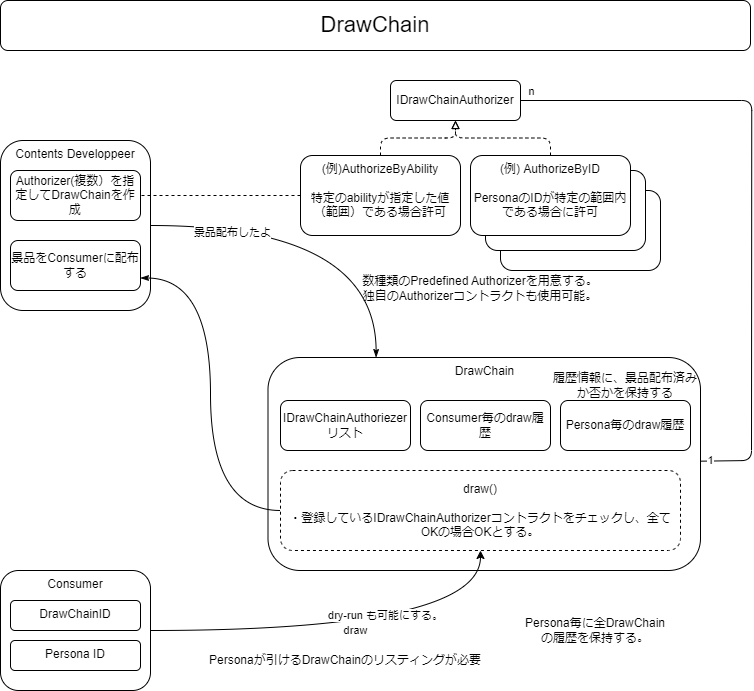
This is source/img/PERSONA/DrawChain.png from Orange-Code-Project/anicana-docs, a draw.io export, as it was before one commit. Source tidied: cells renumbered, new cells last; positions are measured from the earlier drawing's top-left corner, leaving out a move shared by most shapes.
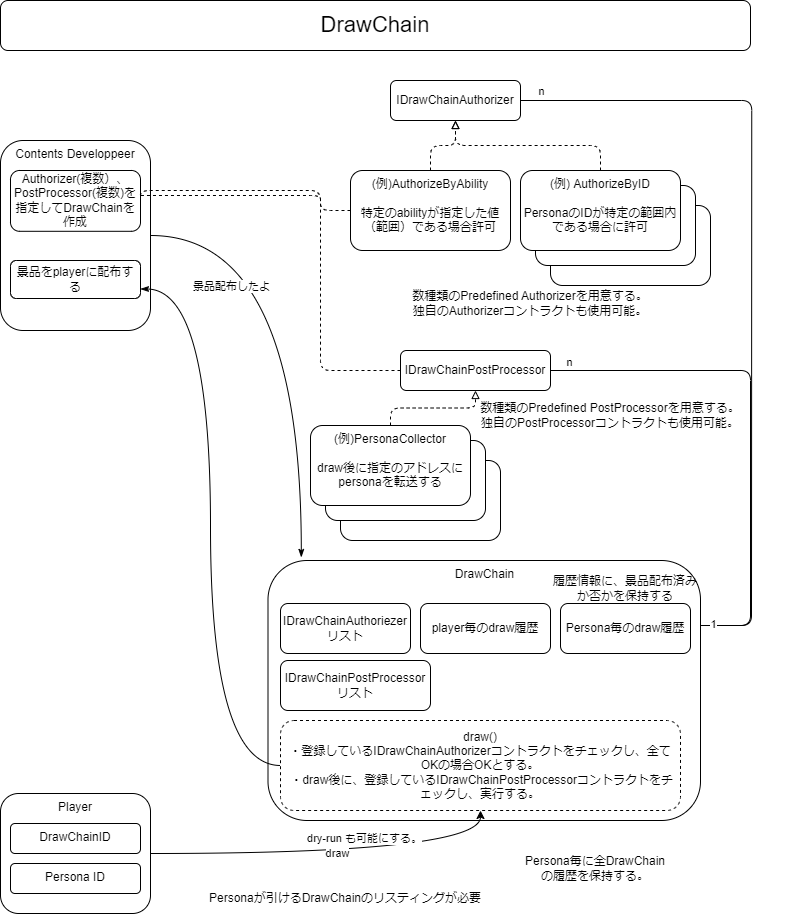
Above is the later version.

The edit, as a diff of the source:
```diff
@@ -2,33 +2,53 @@
   <root>
     <mxCell id="0" />
     <mxCell id="1" parent="0" />
+    <mxCell id="34" value="1" style="edgeStyle=none;html=1;endArrow=none;endFill=0;entryX=1;entryY=0.5;entryDx=0;entryDy=0;exitX=1;exitY=0.25;exitDx=0;exitDy=0;" parent="1" edge="1" source="7" target="39">
+      <mxGeometry x="-1" y="27" relative="1" as="geometry">
+        <Array as="points">
+          <mxPoint x="750" y="625" />
+          <mxPoint x="750" y="370" />
+        </Array>
+        <mxPoint x="-10" y="2" as="offset" />
+      </mxGeometry>
+    </mxCell>
+    <mxCell id="35" value="n" style="edgeLabel;html=1;align=center;verticalAlign=middle;" parent="34" vertex="1">
+      <mxGeometry x="0.56" y="2" relative="1" as="geometry">
+        <mxPoint x="-123" y="-12" as="offset" />
+      </mxGeometry>
+    </mxCell>
+    <mxCell id="36" style="rounded=1;whiteSpace=wrap;html=1;verticalAlign=top;" parent="1" vertex="1">
+      <mxGeometry x="340" y="460" width="160" height="80" as="geometry" />
+    </mxCell>
+    <mxCell id="37" style="rounded=1;whiteSpace=wrap;html=1;verticalAlign=top;" parent="1" vertex="1">
+      <mxGeometry x="325" y="440" width="160" height="80" as="geometry" />
+    </mxCell>
     <mxCell id="2" style="rounded=1;whiteSpace=wrap;html=1;verticalAlign=top;" parent="1" vertex="1">
-      <mxGeometry x="500" y="190" width="160" height="80" as="geometry" />
+      <mxGeometry x="550" y="205" width="160" height="80" as="geometry" />
     </mxCell>
     <mxCell id="3" style="rounded=1;whiteSpace=wrap;html=1;verticalAlign=top;" parent="1" vertex="1">
-      <mxGeometry x="485" y="170" width="160" height="80" as="geometry" />
+      <mxGeometry x="535" y="185" width="160" height="80" as="geometry" />
     </mxCell>
-    <mxCell id="4" value="Consumer" style="rounded=1;whiteSpace=wrap;html=1;verticalAlign=top;" parent="1" vertex="1">
-      <mxGeometry y="570" width="150" height="120" as="geometry" />
+    <mxCell id="4" value="Player" style="rounded=1;whiteSpace=wrap;html=1;verticalAlign=top;" parent="1" vertex="1">
+      <mxGeometry y="793" width="150" height="120" as="geometry" />
     </mxCell>
-    <mxCell id="5" value="1" style="edgeStyle=none;html=1;endArrow=none;endFill=0;entryX=0.933;entryY=0.5;entryDx=0;entryDy=0;entryPerimeter=0;" parent="1" edge="1" source="7" target="9">
+    <mxCell id="5" value="1" style="edgeStyle=none;html=1;endArrow=none;endFill=0;entryX=0.933;entryY=0.5;entryDx=0;entryDy=0;entryPerimeter=0;exitX=1;exitY=0.25;exitDx=0;exitDy=0;" parent="1" edge="1" source="7" target="9">
       <mxGeometry x="-0.97" y="1" relative="1" as="geometry">
         <Array as="points">
-          <mxPoint x="751" y="460" />
+          <mxPoint x="751" y="625" />
           <mxPoint x="751.2" y="100" />
         </Array>
       </mxGeometry>
     </mxCell>
     <mxCell id="6" value="n" style="edgeLabel;html=1;align=center;verticalAlign=middle;" parent="5" vertex="1">
       <mxGeometry x="0.56" y="2" relative="1" as="geometry">
-        <mxPoint x="-123" y="-12" as="offset" />
+        <mxPoint x="-149" y="-12" as="offset" />
       </mxGeometry>
     </mxCell>
     <mxCell id="7" value="DrawChain" style="rounded=1;whiteSpace=wrap;html=1;verticalAlign=top;" parent="1" vertex="1">
-      <mxGeometry x="267.5" y="357" width="432.5" height="213" as="geometry" />
+      <mxGeometry x="267.5" y="560" width="432.5" height="260" as="geometry" />
     </mxCell>
     <mxCell id="8" value="DrawChainID" style="rounded=1;whiteSpace=wrap;html=1;verticalAlign=top;" parent="1" vertex="1">
-      <mxGeometry x="10" y="600" width="130" height="30" as="geometry" />
+      <mxGeometry x="10" y="823" width="130" height="30" as="geometry" />
     </mxCell>
     <mxCell id="9" value="IDrawChainAuthorizer" style="rounded=1;whiteSpace=wrap;html=1;" parent="1" vertex="1">
       <mxGeometry x="390" y="80" width="130" height="40" as="geometry" />
@@ -37,32 +57,36 @@
       <mxGeometry relative="1" as="geometry" />
     </mxCell>
     <mxCell id="11" value="(例)AuthorizeByAbility&lt;br&gt;&lt;br&gt;特定のabilityが指定した値（範囲）である場合許可" style="rounded=1;whiteSpace=wrap;html=1;verticalAlign=top;" parent="1" vertex="1">
-      <mxGeometry x="300" y="155" width="160" height="80" as="geometry" />
+      <mxGeometry x="350" y="170" width="160" height="80" as="geometry" />
     </mxCell>
     <mxCell id="12" style="group;" parent="1" vertex="1">
-      <mxGeometry y="140" width="150" height="240" as="geometry" />
+      <mxGeometry y="140" width="150" height="190" as="geometry" />
     </mxCell>
     <mxCell id="13" value="Contents Developpeer" style="rounded=1;whiteSpace=wrap;html=1;verticalAlign=top;" parent="12" vertex="1">
-      <mxGeometry width="150" height="170" as="geometry" />
+      <mxGeometry width="150" height="190" as="geometry" />
     </mxCell>
-    <mxCell id="14" value="Authorizer(複数）を指定してDrawChainを作成" style="rounded=1;whiteSpace=wrap;html=1;" parent="12" vertex="1">
-      <mxGeometry x="10" y="30" width="130" height="50" as="geometry" />
+    <mxCell id="14" value="Authorizer(複数）、PostProcessor(複数)を指定してDrawChainを作成" style="rounded=1;whiteSpace=wrap;html=1;" parent="12" vertex="1">
+      <mxGeometry x="10" y="30" width="130" height="60.8" as="geometry" />
     </mxCell>
-    <mxCell id="15" value="景品をConsumerに配布する" style="rounded=1;whiteSpace=wrap;html=1;" parent="12" vertex="1">
-      <mxGeometry x="10" y="100" width="130" height="50" as="geometry" />
+    <mxCell id="15" value="景品をplayerに配布する" style="rounded=1;whiteSpace=wrap;html=1;" parent="12" vertex="1">
+      <mxGeometry x="10" y="120" width="130" height="38" as="geometry" />
     </mxCell>
     <mxCell id="16" style="edgeStyle=orthogonalEdgeStyle;html=1;dashed=1;endArrow=block;endFill=0;" parent="1" edge="1" source="17" target="9">
       <mxGeometry relative="1" as="geometry" />
     </mxCell>
     <mxCell id="17" value="(例) AuthorizeByID&lt;br&gt;&lt;br&gt;PersonaのIDが特定の範囲内である場合に許可" style="rounded=1;whiteSpace=wrap;html=1;verticalAlign=top;" parent="1" vertex="1">
-      <mxGeometry x="470" y="155" width="160" height="80" as="geometry" />
+      <mxGeometry x="520" y="170" width="160" height="80" as="geometry" />
     </mxCell>
     <mxCell id="18" value="数種類のPredefined Authorizerを用意する。&lt;br&gt;独自のAuthorizerコントラクトも使用可能。" style="text;html=1;strokeColor=none;fillColor=none;align=center;verticalAlign=middle;whiteSpace=wrap;rounded=0;" parent="1" vertex="1">
-      <mxGeometry x="300" y="273" width="360" height="30" as="geometry" />
+      <mxGeometry x="350" y="288" width="360" height="30" as="geometry" />
     </mxCell>
     <mxCell id="19" style="edgeStyle=orthogonalEdgeStyle;html=1;dashed=1;endArrow=none;endFill=0;" parent="1" edge="1" source="11">
       <mxGeometry relative="1" as="geometry">
         <mxPoint x="140" y="195" as="targetPoint" />
+        <Array as="points">
+          <mxPoint x="320" y="210" />
+          <mxPoint x="320" y="195" />
+        </Array>
       </mxGeometry>
     </mxCell>
     <mxCell id="20" value="&lt;font style=&quot;font-size: 22px;&quot;&gt;DrawChain&lt;/font&gt;" style="rounded=1;whiteSpace=wrap;html=1;" parent="1" vertex="1">
@@ -71,11 +95,11 @@
     <mxCell id="21" style="edgeStyle=orthogonalEdgeStyle;html=1;entryX=1;entryY=0.75;entryDx=0;entryDy=0;endArrow=classicThin;endFill=1;curved=1;" parent="1" edge="1" source="22" target="15">
       <mxGeometry relative="1" as="geometry" />
     </mxCell>
-    <mxCell id="22" value="draw()&lt;br&gt;&lt;br&gt;・登録しているIDrawChainAuthorizerコントラクトをチェックし、全てOKの場合OKとする。" style="rounded=1;whiteSpace=wrap;html=1;fontSize=12;dashed=1;" parent="1" vertex="1">
-      <mxGeometry x="280" y="470" width="400" height="80" as="geometry" />
+    <mxCell id="22" value="draw()&lt;br&gt;・登録しているIDrawChainAuthorizerコントラクトをチェックし、全てOKの場合OKとする。&lt;br&gt;&amp;nbsp;・draw後に、登録しているIDrawChainPostProcessorコントラクトをチェックし、実行する。" style="rounded=1;whiteSpace=wrap;html=1;fontSize=12;dashed=1;" parent="1" vertex="1">
+      <mxGeometry x="280" y="720" width="400" height="90" as="geometry" />
     </mxCell>
     <mxCell id="23" value="Persona ID" style="rounded=1;whiteSpace=wrap;html=1;verticalAlign=top;" parent="1" vertex="1">
-      <mxGeometry x="10" y="640" width="130" height="30" as="geometry" />
+      <mxGeometry x="10" y="863" width="130" height="30" as="geometry" />
     </mxCell>
     <mxCell id="24" value="draw" style="edgeStyle=orthogonalEdgeStyle;html=1;entryX=0.5;entryY=1;entryDx=0;entryDy=0;endArrow=classic;endFill=1;curved=1;" parent="1" edge="1" source="4" target="22">
       <mxGeometry relative="1" as="geometry" />
@@ -84,28 +108,59 @@
       <mxGeometry x="0.14" y="16" relative="1" as="geometry" />
     </mxCell>
     <mxCell id="26" value="IDrawChainAuthoriezerリスト" style="rounded=1;whiteSpace=wrap;html=1;" parent="1" vertex="1">
-      <mxGeometry x="280" y="400" width="130" height="50" as="geometry" />
+      <mxGeometry x="280" y="603" width="130" height="50" as="geometry" />
     </mxCell>
-    <mxCell id="27" value="Consumer毎のdraw履歴" style="rounded=1;whiteSpace=wrap;html=1;" parent="1" vertex="1">
-      <mxGeometry x="420" y="400" width="130" height="50" as="geometry" />
+    <mxCell id="27" value="player毎のdraw履歴" style="rounded=1;whiteSpace=wrap;html=1;" parent="1" vertex="1">
+      <mxGeometry x="420" y="603" width="130" height="50" as="geometry" />
     </mxCell>
     <mxCell id="28" value="Persona毎のdraw履歴" style="rounded=1;whiteSpace=wrap;html=1;" parent="1" vertex="1">
-      <mxGeometry x="560" y="400" width="130" height="50" as="geometry" />
+      <mxGeometry x="560" y="603" width="130" height="50" as="geometry" />
     </mxCell>
     <mxCell id="29" value="履歴情報に、景品配布済みか否かを保持する" style="text;html=1;strokeColor=none;fillColor=none;align=center;verticalAlign=middle;whiteSpace=wrap;rounded=0;dashed=1;" parent="1" vertex="1">
-      <mxGeometry x="550" y="370" width="150" height="30" as="geometry" />
+      <mxGeometry x="550" y="573" width="150" height="30" as="geometry" />
     </mxCell>
     <mxCell id="30" value="Persona毎に全DrawChainの履歴を保持する。" style="text;html=1;strokeColor=none;fillColor=none;align=center;verticalAlign=middle;whiteSpace=wrap;rounded=0;dashed=1;" parent="1" vertex="1">
-      <mxGeometry x="520" y="615" width="150" height="30" as="geometry" />
+      <mxGeometry x="520" y="853" width="150" height="30" as="geometry" />
     </mxCell>
-    <mxCell id="31" style="edgeStyle=orthogonalEdgeStyle;curved=1;html=1;endArrow=classicThin;endFill=1;entryX=0.25;entryY=0;entryDx=0;entryDy=0;" parent="1" edge="1" source="13" target="7">
+    <mxCell id="31" style="edgeStyle=orthogonalEdgeStyle;curved=1;html=1;endArrow=classicThin;endFill=1;entryX=0.077;entryY=-0.012;entryDx=0;entryDy=0;entryPerimeter=0;" parent="1" edge="1" source="13" target="7">
       <mxGeometry relative="1" as="geometry" />
     </mxCell>
     <mxCell id="32" value="景品配布したよ" style="edgeLabel;html=1;align=center;verticalAlign=middle;" parent="31" vertex="1">
-      <mxGeometry x="-0.55" y="-6" relative="1" as="geometry" />
+      <mxGeometry x="-0.55" y="-6" relative="1" as="geometry">
+        <mxPoint x="-27" y="44" as="offset" />
+      </mxGeometry>
     </mxCell>
     <mxCell id="33" value="Personaが引けるDrawChainのリスティングが必要" style="text;html=1;strokeColor=none;fillColor=none;align=center;verticalAlign=middle;whiteSpace=wrap;rounded=0;dashed=1;" parent="1" vertex="1">
-      <mxGeometry x="180" y="645" width="330" height="30" as="geometry" />
+      <mxGeometry x="180" y="883" width="330" height="30" as="geometry" />
     </mxCell>
+    <mxCell id="38" value="IDrawChainPostProcessorリスト" style="rounded=1;whiteSpace=wrap;html=1;" parent="1" vertex="1">
+      <mxGeometry x="280" y="660" width="150" height="50" as="geometry" />
+    </mxCell>
+    <mxCell id="39" value="IDrawChainPostProcessor" style="rounded=1;whiteSpace=wrap;html=1;" parent="1" vertex="1">
+      <mxGeometry x="400" y="350" width="150" height="40" as="geometry" />
+    </mxCell>
+    <mxCell id="40" style="edgeStyle=orthogonalEdgeStyle;html=1;entryX=0.5;entryY=1;entryDx=0;entryDy=0;dashed=1;endArrow=block;endFill=0;" parent="1" edge="1" source="41" target="39">
+      <mxGeometry relative="1" as="geometry" />
+    </mxCell>
+    <mxCell id="41" value="(例)PersonaCollector&lt;br&gt;&lt;br&gt;draw後に指定のアドレスにpersonaを転送する" style="rounded=1;whiteSpace=wrap;html=1;verticalAlign=top;" parent="1" vertex="1">
+      <mxGeometry x="310" y="425" width="160" height="80" as="geometry" />
+    </mxCell>
+    <mxCell id="42" value="数種類のPredefined PostProcessorを用意する。&lt;br&gt;独自のPostProcessorコントラクトも使用可能。" style="text;html=1;strokeColor=none;fillColor=none;align=center;verticalAlign=middle;whiteSpace=wrap;rounded=0;" parent="1" vertex="1">
+      <mxGeometry x="430" y="400" width="360" height="30" as="geometry" />
+    </mxCell>
+    <mxCell id="43" value="n" style="edgeLabel;html=1;align=center;verticalAlign=middle;" parent="1" vertex="1">
+      <mxGeometry x="576.3" y="100" as="geometry">
+        <mxPoint x="-8" y="261" as="offset" />
+      </mxGeometry>
+    </mxCell>
+    <mxCell id="44" style="edgeStyle=orthogonalEdgeStyle;html=1;dashed=1;endArrow=none;endFill=0;exitX=0;exitY=0.5;exitDx=0;exitDy=0;entryX=1;entryY=0.5;entryDx=0;entryDy=0;" parent="1" edge="1" source="39" target="14">
+      <mxGeometry relative="1" as="geometry">
+        <Array as="points">
+          <mxPoint x="320" y="370" />
+          <mxPoint x="320" y="190" />
+          <mxPoint x="140" y="190" />
+        </Array>
+      </mxGeometry>
+    </mxCell>
   </root>
 </mxGraphModel>
```
